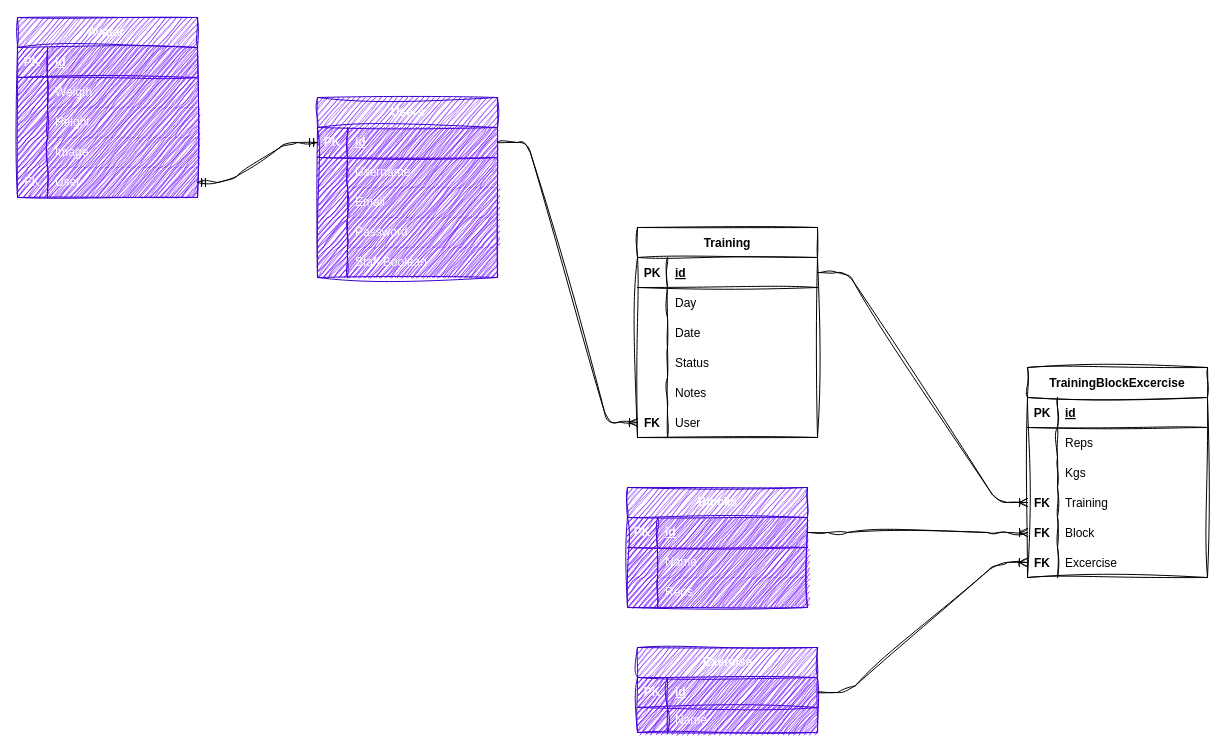
The draw.io diagram entidades.drawio in Tomasteawita/training_app, before the edit. Source tidied: cells renumbered, new cells numbered last; positions are measured from the earlier drawing's top-left corner, leaving out a move shared by most shapes. Both pictures are drawn from the tidied source at 100%, with x=0, y=0 at pixel (17, 17).
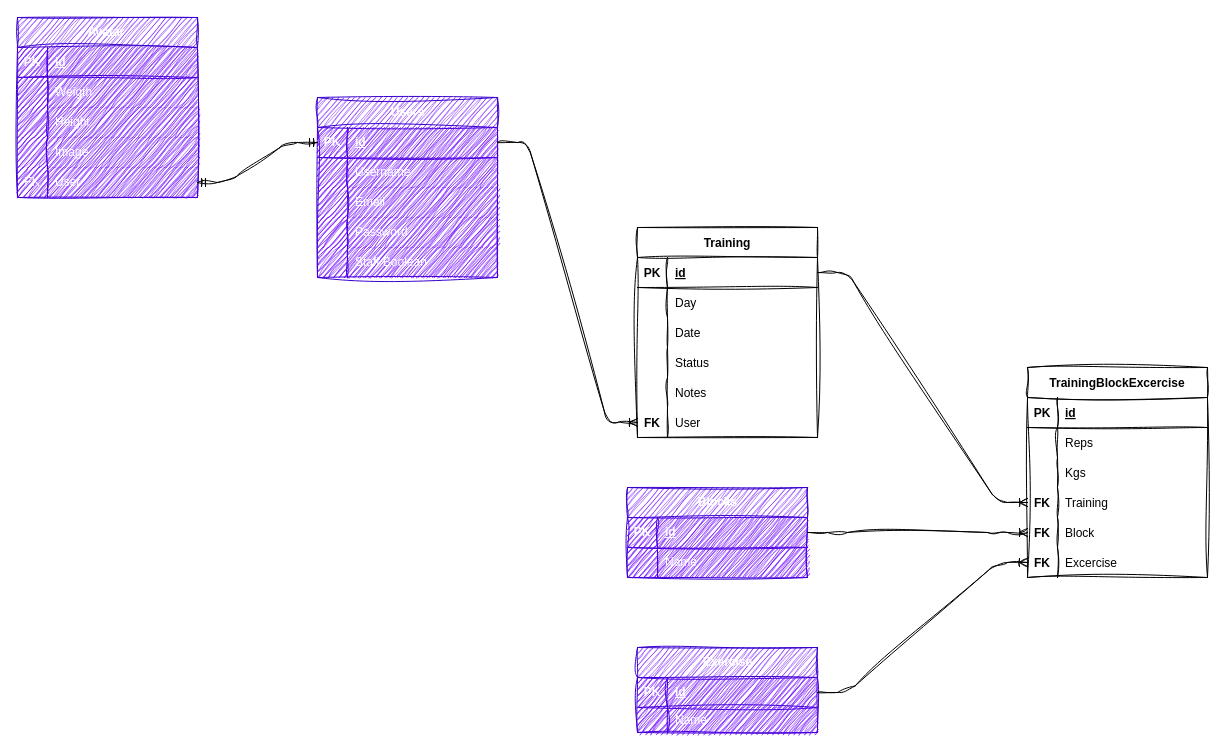
After the change.

What changed in the source:
```diff
@@
     <mxCell id="55" value="Blocks" style="shape=table;startSize=30;childLayout=tableLayout;rowLines=0;fontStyle=1;align=center;html=1;labelBackgroundColor=none;fillColor=#6a00ff;strokeColor=#3700CC;fontColor=#ffffff;sketch=1;curveFitting=1;jiggle=2;" parent="1" vertex="1">
-      <mxGeometry x="610" y="470" width="180" height="120" as="geometry" />
+      <mxGeometry x="610" y="470" width="180" height="90" as="geometry" />
     </mxCell>
@@
-    <mxCell id="62" style="shape=tableRow;horizontal=0;startSize=0;swimlaneHead=0;swimlaneBody=0;fillColor=#6a00ff;top=0;left=0;right=0;bottom=0;labelBackgroundColor=none;strokeColor=#3700CC;fontColor=#ffffff;sketch=1;curveFitting=1;jiggle=2;" parent="55" vertex="1">
-      <mxGeometry y="90" width="180" height="30" as="geometry" />
-    </mxCell>
-    <mxCell id="63" style="shape=partialRectangle;fillColor=#6a00ff;top=0;left=0;bottom=0;right=0;overflow=hidden;whiteSpace=wrap;html=1;labelBackgroundColor=none;strokeColor=#3700CC;fontColor=#ffffff;sketch=1;curveFitting=1;jiggle=2;" parent="62" vertex="1">
-      <mxGeometry width="30" height="30" as="geometry" />
-    </mxCell>
-    <mxCell id="64" value="Reps" style="shape=partialRectangle;fillColor=#6a00ff;top=0;left=0;bottom=0;right=0;align=left;spacingLeft=6;overflow=hidden;whiteSpace=wrap;html=1;labelBackgroundColor=none;strokeColor=#3700CC;fontColor=#ffffff;sketch=1;curveFitting=1;jiggle=2;" parent="62" vertex="1">
-      <mxGeometry x="30" width="150" height="30" as="geometry" />
-    </mxCell>
```
